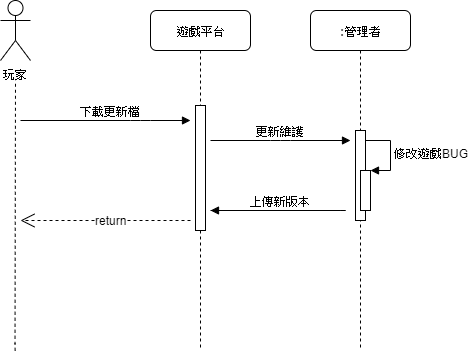
Above: 後台維護系統循序圖.png in 0624036/0624036_OO (draw.io), before the change. Source tidied: cells renumbered, new cells last; positions are measured from the earlier drawing's top-left corner, leaving out a move shared by most shapes.
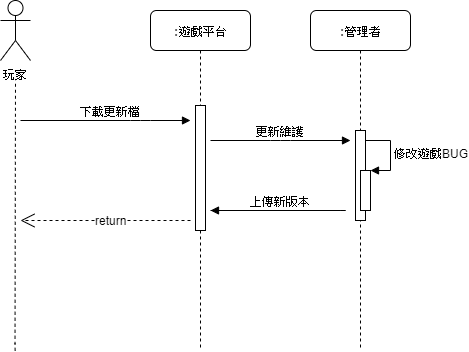
Above is the later version.

Commit message:
Added 後台維護系統循序圖.png

The edit, as a diff of the source:
```diff
@@ -2,7 +2,7 @@
   <root>
     <mxCell id="0" />
     <mxCell id="1" parent="0" />
-    <mxCell id="2" value="遊戲平台" style="shape=umlLifeline;perimeter=lifelinePerimeter;whiteSpace=wrap;html=1;rounded=1;shadow=0;comic=0;labelBackgroundColor=none;strokeWidth=1;fontFamily=Verdana;fontSize=12;align=center;" parent="1" vertex="1">
+    <mxCell id="2" value=":遊戲平台" style="shape=umlLifeline;perimeter=lifelinePerimeter;whiteSpace=wrap;html=1;rounded=1;shadow=0;comic=0;labelBackgroundColor=none;strokeWidth=1;fontFamily=Verdana;fontSize=12;align=center;" parent="1" vertex="1">
       <mxGeometry x="150" y="90" width="100" height="340" as="geometry" />
     </mxCell>
     <mxCell id="3" style="html=1;perimeter=orthogonalPerimeter;rounded=0;shadow=0;comic=0;labelBackgroundColor=none;strokeWidth=1;fontFamily=Verdana;fontSize=12;align=center;" parent="2" vertex="1">
```
